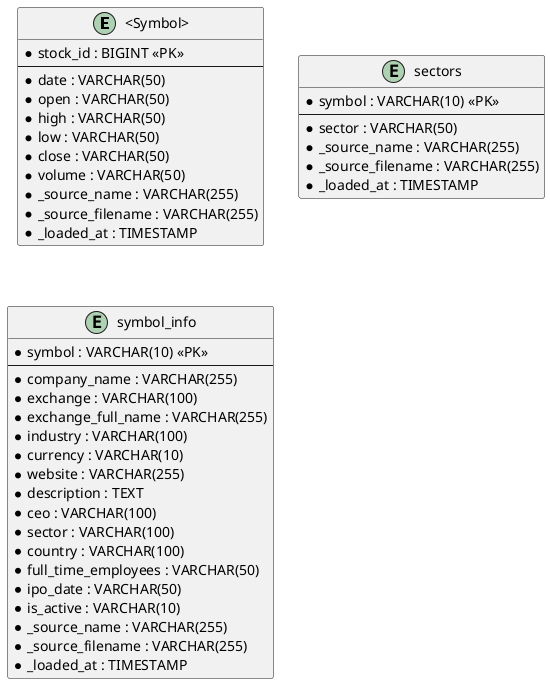
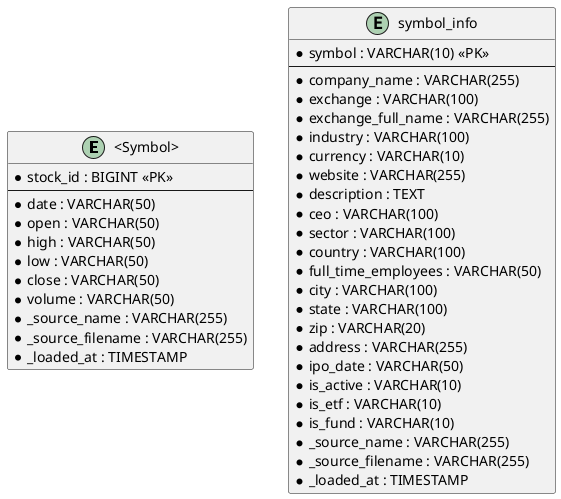
'Plant UML for an database ERD diagram of a stock table with stock_id, date, open, high, low, close, volume'
@startuml
entity "<Symbol>" {
    * stock_id : BIGINT <<PK>>
--
    * date : VARCHAR(50)
    * open : VARCHAR(50)
    * high : VARCHAR(50)
    * low : VARCHAR(50)
    * close : VARCHAR(50)
    * volume : VARCHAR(50)
-     * _source_name : VARCHAR(255)
-     * _source_filename : VARCHAR(255)
-     * _loaded_at : TIMESTAMP
- }
- 
- entity "sectors" {
-     * symbol : VARCHAR(10) <<PK>>
- --
-     * sector : VARCHAR(50)
    * _source_name : VARCHAR(255)
    * _source_filename : VARCHAR(255)
    * _loaded_at : TIMESTAMP
}

entity "symbol_info" {
    * symbol : VARCHAR(10) <<PK>>
--
    * company_name : VARCHAR(255)
    * exchange : VARCHAR(100)
    * exchange_full_name : VARCHAR(255)
    * industry : VARCHAR(100)
    * currency : VARCHAR(10)
    * website : VARCHAR(255)
    * description : TEXT
    * ceo : VARCHAR(100)
    * sector : VARCHAR(100)
    * country : VARCHAR(100)
    * full_time_employees : VARCHAR(50)
+     * city : VARCHAR(100)
+     * state : VARCHAR(100)
+     * zip : VARCHAR(20)
+     * address : VARCHAR(255)
    * ipo_date : VARCHAR(50)
    * is_active : VARCHAR(10)
+     * is_etf : VARCHAR(10)
+     * is_fund : VARCHAR(10)
    * _source_name : VARCHAR(255)
    * _source_filename : VARCHAR(255)
    * _loaded_at : TIMESTAMP
}

@enduml